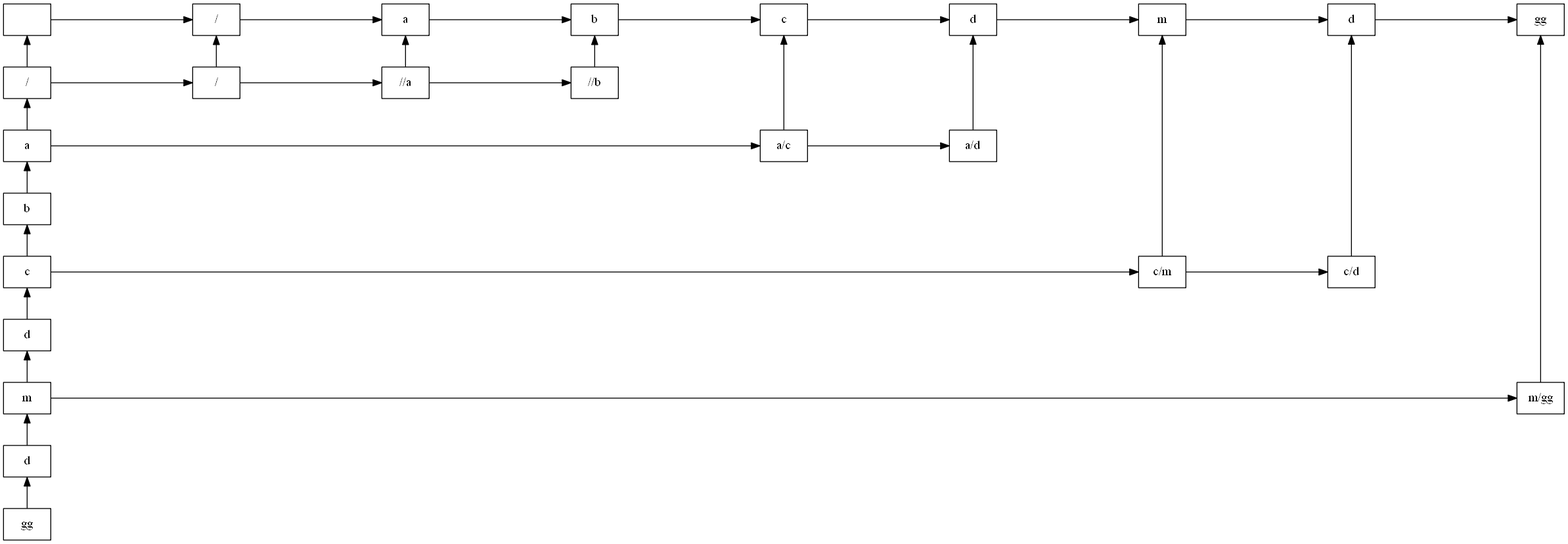
Before: matriz.png, a diagram exported from Graphviz (Aranmarh/EDD_2S2019_PY2_201408507). Its source is kept beside it as Matriz.dot.
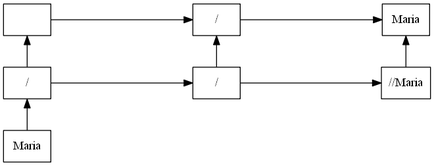
Above is the later version.

The edit, as a diff of the source:
```diff
@@ -4,57 +4,15 @@
 00->10
 10[label="/ " pos="3,0!"];
 10->20
-20[label="a " pos="6,0!"];
-20->30
-30[label="b " pos="9,0!"];
-30->40
-40[label="c " pos="12,0!"];
-40->50
-50[label="d " pos="15,0!"];
-50->60
-60[label="m " pos="18,0!"];
-60->70
-70[label="d " pos="21,0!"];
-70->80
-80[label="gg " pos="24,0!"];
+20[label="Maria " pos="6,0!"];
 01[label="/ " pos="0,-1!"];
 01->00
 01->11
 11[label="/ " pos="3,-1!"];
 11->10
 11->21
-21[label="//a " pos="6,-1!"];
+21[label="//Maria " pos="6,-1!"];
 21->20
-21->31
-31[label="//b " pos="9,-1!"];
-31->30
-02[label="a " pos="0,-2!"];
+02[label="Maria " pos="0,-2!"];
 02->01
-02->42
-42[label="a/c " pos="12,-2!"];
-42->40
-42->52
-52[label="a/d " pos="15,-2!"];
-52->50
-03[label="b " pos="0,-3!"];
-03->02
-04[label="c " pos="0,-4!"];
-04->03
-04->64
-64[label="c/m " pos="18,-4!"];
-64->60
-64->74
-74[label="c/d " pos="21,-4!"];
-74->70
-05[label="d " pos="0,-5!"];
-05->04
-06[label="m " pos="0,-6!"];
-06->05
-06->86
-86[label="m/gg " pos="24,-6!"];
-86->80
-07[label="d " pos="0,-7!"];
-07->06
-08[label="gg " pos="0,-8!"];
-08->07
 }
```
